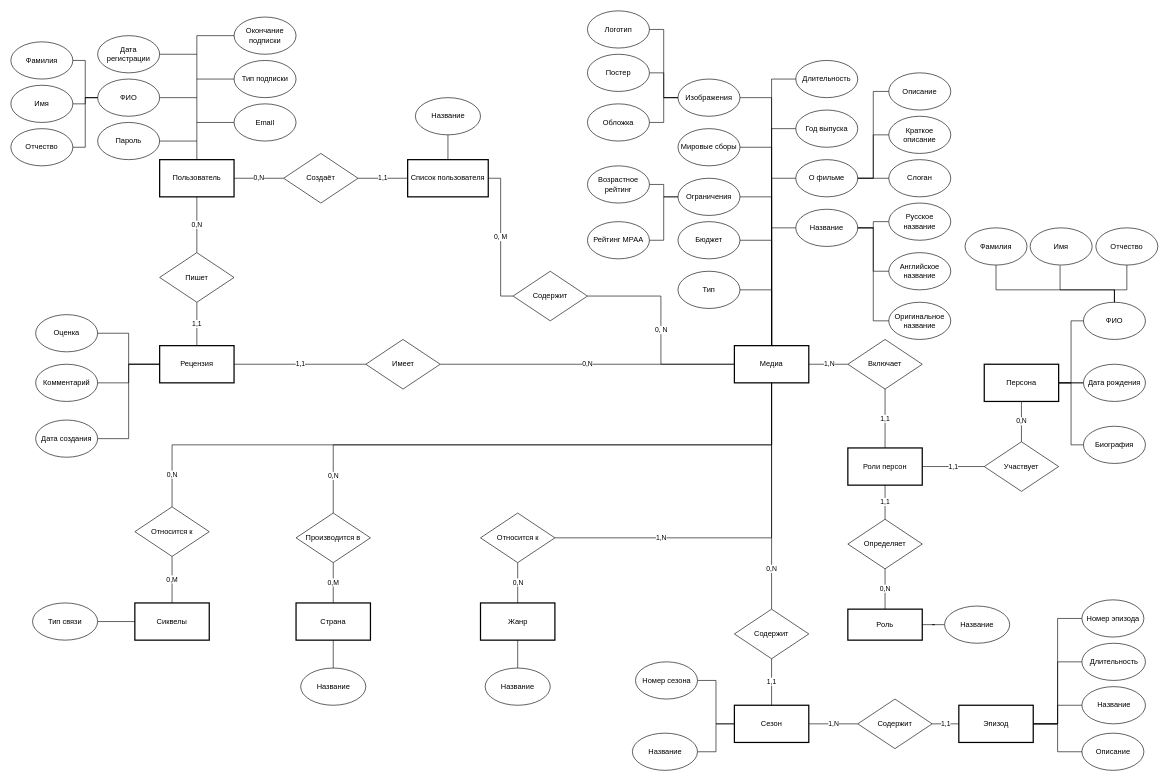
The draw.io diagram page "Архив — концептуальный эскиз" (3 of 3) of diagrams/kinopoisk.drawio in CSSSensei/Kinopoisk2, before the edit. Source tidied: cells renumbered, new cells numbered last; positions are measured from the earlier drawing's top-left corner, leaving out a move shared by most shapes. Both pictures are drawn from the tidied source at 62%, with x=0, y=0 at pixel (11, 11).
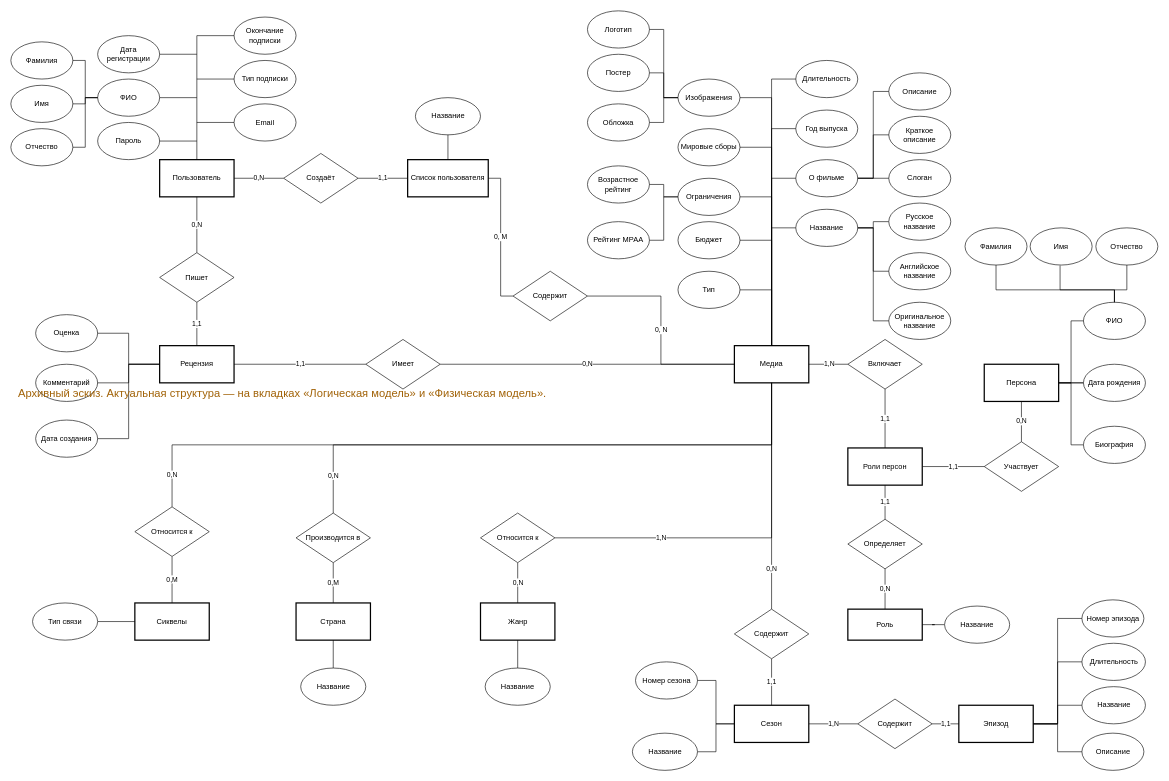
Above is the later version.

The edit, as a diff of the source:
```diff
@@
+    <mxCell id="152" value="Архивный эскиз. Актуальная структура — на вкладках «Логическая модель» и «Физическая модель»." style="text;html=0;whiteSpace=wrap;fontSize=18;fontColor=#a16207;align=left;" parent="1" vertex="1">
+      <mxGeometry x="10" y="600" width="900" height="60" as="geometry" />
+    </mxCell>
```
